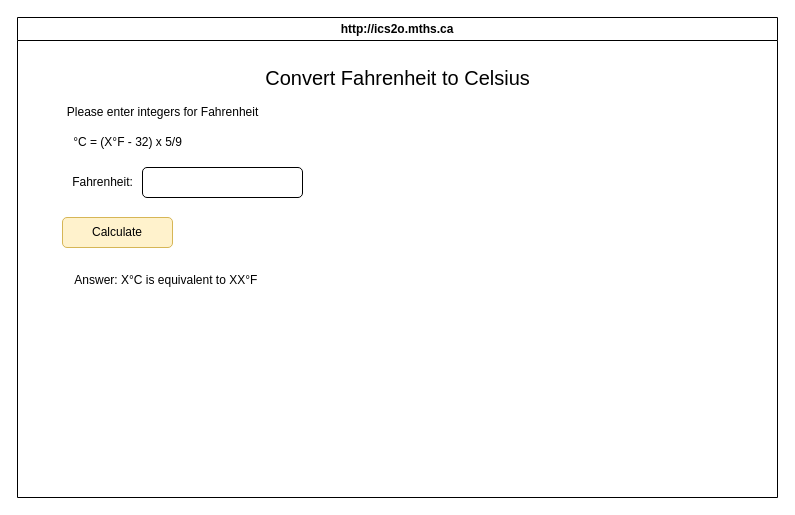
Above: design/storyboard.drawio in MTHS-ICD2O-1-2024/ICD2O-Unit-3-04-Shanea-Jaromay1 (draw.io), before the change. Source tidied: cells renumbered, new cells numbered last; positions are measured from the earlier drawing's top-left corner, leaving out a move shared by most shapes. Both pictures are drawn from the tidied source at 100%, with x=0, y=0 at pixel (17, 17). Pictures stored in the file or linked from it are replaced by grey dashed boxes.
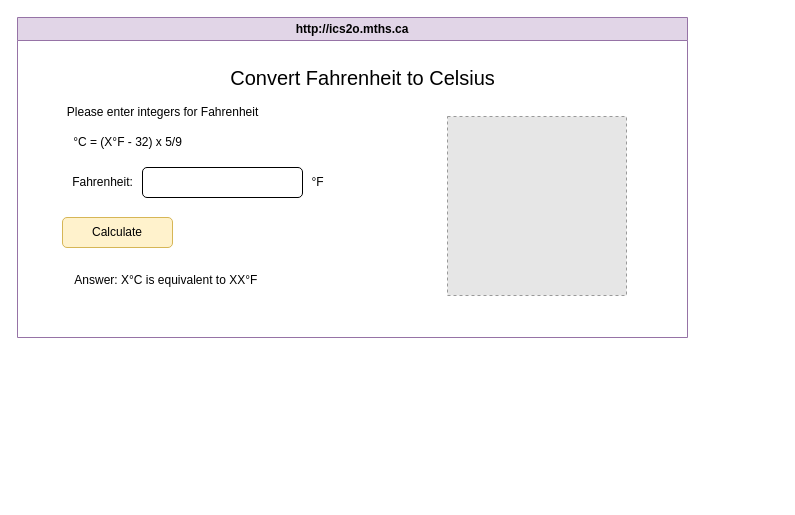
The same page after the edit.

Diff of the diagram source:
```diff
@@
 <mxGraphModel>
   <root>
     <mxCell id="0" />
     <mxCell id="1" parent="0" />
-    <mxCell id="2" value="http://ics2o.mths.ca" style="swimlane;whiteSpace=wrap;html=1;" parent="1" vertex="1">
-      <mxGeometry width="760" height="480" as="geometry" />
+    <mxCell id="2" value="http://ics2o.mths.ca" style="swimlane;whiteSpace=wrap;html=1;fillColor=#e1d5e7;strokeColor=#9673a6;" parent="1" vertex="1">
+      <mxGeometry width="670" height="320" as="geometry" />
     </mxCell>
     <mxCell id="3" value="&lt;font style=&quot;font-size: 20px;&quot;&gt;Convert Fahrenheit to Celsius&lt;/font&gt;" style="text;html=1;align=center;verticalAlign=middle;strokeColor=none;fillColor=none;" parent="2" vertex="1">
-      <mxGeometry x="235" y="40" width="290" height="40" as="geometry" />
+      <mxGeometry x="200" y="40" width="290" height="40" as="geometry" />
     </mxCell>
     <mxCell id="4" style="rounded=1;whiteSpace=wrap;html=1;align=left;" parent="2" vertex="1">
       <mxGeometry x="125" y="150" width="160" height="30" as="geometry" />
     </mxCell>
     <mxCell id="5" value="Calculate" style="rounded=1;whiteSpace=wrap;html=1;fillColor=#fff2cc;strokeColor=#d6b656;" parent="2" vertex="1">
       <mxGeometry x="45" y="200" width="110" height="30" as="geometry" />
     </mxCell>
     <mxCell id="6" value="&lt;span style=&quot;color: rgb(0, 0, 0);&quot;&gt;°&lt;/span&gt;C = (X°F - 32) x 5/9" style="text;html=1;align=center;verticalAlign=middle;strokeColor=none;fillColor=none;" parent="2" vertex="1">
       <mxGeometry x="45" y="110" width="130" height="30" as="geometry" />
     </mxCell>
     <mxCell id="7" value="Please enter integers for Fahrenheit" style="text;html=1;align=center;verticalAlign=middle;strokeColor=none;fillColor=none;" parent="2" vertex="1">
       <mxGeometry x="40" y="80" width="210" height="30" as="geometry" />
     </mxCell>
     <mxCell id="8" value="Fahrenheit:" style="text;html=1;align=center;verticalAlign=middle;strokeColor=none;fillColor=none;" parent="2" vertex="1">
       <mxGeometry x="45" y="150" width="80" height="30" as="geometry" />
     </mxCell>
     <mxCell id="9" value="Answer: X&lt;span style=&quot;color: rgb(0, 0, 0);&quot;&gt;°C is equivalent to XX&lt;/span&gt;&lt;span style=&quot;color: rgb(0, 0, 0);&quot;&gt;°F&amp;nbsp;&lt;/span&gt;" style="text;html=1;align=center;verticalAlign=middle;strokeColor=none;fillColor=none;" parent="2" vertex="1">
       <mxGeometry x="45" y="248" width="210" height="30" as="geometry" />
     </mxCell>
+    <mxCell id="10" value="&lt;span style=&quot;color: rgb(0, 0, 0);&quot;&gt;°F&lt;/span&gt;" style="text;html=1;align=center;verticalAlign=middle;strokeColor=none;fillColor=none;" parent="2" vertex="1">
+      <mxGeometry x="280" y="150" width="40" height="30" as="geometry" />
+    </mxCell>
+    <mxCell id="11" style="fillColor=#E6E6E6;strokeColor=#999999;dashed=1;verticalLabelPosition=bottom;labelBackgroundColor=default;verticalAlign=top;" parent="2" vertex="1">
+      <mxGeometry x="430" y="99" width="179" height="179" as="geometry" />
+    </mxCell>
   </root>
 </mxGraphModel>
```
